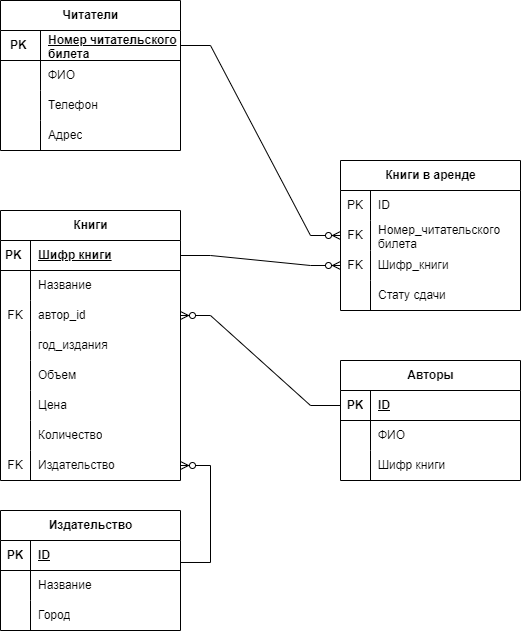
The draw.io diagram Диаграмма библиотеки.drawio.png in OlegVDE/2.1_Library, before a commit. Source tidied: cells renumbered, new cells last; positions are measured from the earlier drawing's top-left corner, leaving out a move shared by most shapes.
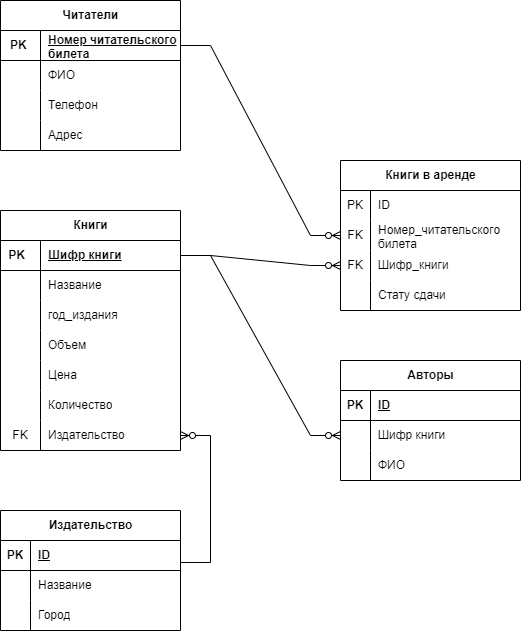
Later version of the same file.

The edit, as a diff of the source:
```diff
@@ -42,79 +42,70 @@
       <mxGeometry x="40" width="140" height="30" as="geometry" />
     </mxCell>
     <mxCell id="15" value="Книги" style="shape=table;startSize=30;rowLines=0;fontStyle=1;align=center;html=1;" parent="1" vertex="1">
-      <mxGeometry y="210" width="180" height="270" as="geometry" />
+      <mxGeometry y="210" width="180" height="240" as="geometry" />
     </mxCell>
     <mxCell id="16" style="shape=tableRow;horizontal=0;startSize=0;swimlaneHead=0;swimlaneBody=0;fillColor=none;points=[[0,0.5],[1,0.5]];portConstraint=eastwest;top=0;left=0;right=0;bottom=1;" parent="15" vertex="1">
       <mxGeometry y="30" width="180" height="30" as="geometry" />
     </mxCell>
-    <mxCell id="17" value="PK&amp;nbsp;" style="shape=partialRectangle;fillColor=none;top=0;left=0;bottom=0;right=0;fontStyle=1;overflow=hidden;whiteSpace=wrap;html=1;" parent="16" vertex="1">
-      <mxGeometry width="30" height="30" as="geometry" />
+    <mxCell id="17" value="PK&amp;nbsp;&amp;nbsp;" style="shape=partialRectangle;fillColor=none;top=0;left=0;bottom=0;right=0;fontStyle=1;overflow=hidden;whiteSpace=wrap;html=1;" parent="16" vertex="1">
+      <mxGeometry width="40" height="30" as="geometry" />
     </mxCell>
     <mxCell id="18" value="Шифр книги" style="shape=partialRectangle;fillColor=none;top=0;left=0;bottom=0;right=0;align=left;spacingLeft=6;fontStyle=5;overflow=hidden;whiteSpace=wrap;html=1;" parent="16" vertex="1">
-      <mxGeometry x="30" width="150" height="30" as="geometry" />
+      <mxGeometry x="40" width="140" height="30" as="geometry" />
     </mxCell>
     <mxCell id="19" style="shape=tableRow;horizontal=0;startSize=0;swimlaneHead=0;swimlaneBody=0;fillColor=none;top=0;left=0;right=0;bottom=0;" parent="15" vertex="1">
       <mxGeometry y="60" width="180" height="30" as="geometry" />
     </mxCell>
     <mxCell id="20" style="shape=partialRectangle;fillColor=none;top=0;left=0;bottom=0;right=0;overflow=hidden;whiteSpace=wrap;html=1;" parent="19" vertex="1">
-      <mxGeometry width="30" height="30" as="geometry" />
+      <mxGeometry width="40" height="30" as="geometry" />
     </mxCell>
     <mxCell id="21" value="Название" style="shape=partialRectangle;fillColor=none;top=0;left=0;bottom=0;right=0;align=left;spacingLeft=6;overflow=hidden;whiteSpace=wrap;html=1;" parent="19" vertex="1">
-      <mxGeometry x="30" width="150" height="30" as="geometry" />
+      <mxGeometry x="40" width="140" height="30" as="geometry" />
     </mxCell>
-    <mxCell id="22" style="shape=tableRow;horizontal=0;startSize=0;swimlaneHead=0;swimlaneBody=0;fillColor=none;points=[[0,0.5],[1,0.5]];portConstraint=eastwest;top=0;left=0;right=0;bottom=0;" parent="15" vertex="1">
-      <mxGeometry y="90" width="180" height="30" as="geometry" />
-    </mxCell>
-    <mxCell id="23" value="FK" style="shape=partialRectangle;fillColor=none;top=0;left=0;bottom=0;right=0;overflow=hidden;whiteSpace=wrap;html=1;" parent="22" vertex="1">
-      <mxGeometry width="30" height="30" as="geometry" />
-    </mxCell>
-    <mxCell id="24" value="автор_id" style="shape=partialRectangle;fillColor=none;top=0;left=0;bottom=0;right=0;align=left;spacingLeft=6;overflow=hidden;whiteSpace=wrap;html=1;" parent="22" vertex="1">
-      <mxGeometry x="30" width="150" height="30" as="geometry" />
-    </mxCell>
     <mxCell id="25" style="shape=tableRow;horizontal=0;startSize=0;swimlaneHead=0;swimlaneBody=0;fillColor=none;top=0;left=0;right=0;bottom=0;" parent="15" vertex="1">
-      <mxGeometry y="120" width="180" height="30" as="geometry" />
+      <mxGeometry y="90" width="180" height="30" as="geometry" />
     </mxCell>
     <mxCell id="26" style="shape=partialRectangle;fillColor=none;top=0;left=0;bottom=0;right=0;overflow=hidden;whiteSpace=wrap;html=1;" parent="25" vertex="1">
-      <mxGeometry width="30" height="30" as="geometry" />
+      <mxGeometry width="40" height="30" as="geometry" />
     </mxCell>
     <mxCell id="27" value="год_издания" style="shape=partialRectangle;fillColor=none;top=0;left=0;bottom=0;right=0;align=left;spacingLeft=6;overflow=hidden;whiteSpace=wrap;html=1;" parent="25" vertex="1">
-      <mxGeometry x="30" width="150" height="30" as="geometry" />
+      <mxGeometry x="40" width="140" height="30" as="geometry" />
     </mxCell>
     <mxCell id="28" style="shape=tableRow;horizontal=0;startSize=0;swimlaneHead=0;swimlaneBody=0;fillColor=none;top=0;left=0;right=0;bottom=0;" parent="15" vertex="1">
-      <mxGeometry y="150" width="180" height="30" as="geometry" />
+      <mxGeometry y="120" width="180" height="30" as="geometry" />
     </mxCell>
     <mxCell id="29" style="shape=partialRectangle;fillColor=none;top=0;left=0;bottom=0;right=0;overflow=hidden;whiteSpace=wrap;html=1;" parent="28" vertex="1">
-      <mxGeometry width="30" height="30" as="geometry" />
+      <mxGeometry width="40" height="30" as="geometry" />
     </mxCell>
     <mxCell id="30" value="Объем" style="shape=partialRectangle;fillColor=none;top=0;left=0;bottom=0;right=0;align=left;spacingLeft=6;overflow=hidden;whiteSpace=wrap;html=1;" parent="28" vertex="1">
-      <mxGeometry x="30" width="150" height="30" as="geometry" />
+      <mxGeometry x="40" width="140" height="30" as="geometry" />
     </mxCell>
     <mxCell id="31" style="shape=tableRow;horizontal=0;startSize=0;swimlaneHead=0;swimlaneBody=0;fillColor=none;top=0;left=0;right=0;bottom=0;" parent="15" vertex="1">
-      <mxGeometry y="180" width="180" height="30" as="geometry" />
+      <mxGeometry y="150" width="180" height="30" as="geometry" />
     </mxCell>
     <mxCell id="32" style="shape=partialRectangle;fillColor=none;top=0;left=0;bottom=0;right=0;overflow=hidden;whiteSpace=wrap;html=1;" parent="31" vertex="1">
-      <mxGeometry width="30" height="30" as="geometry" />
+      <mxGeometry width="40" height="30" as="geometry" />
     </mxCell>
     <mxCell id="33" value="Цена" style="shape=partialRectangle;fillColor=none;top=0;left=0;bottom=0;right=0;align=left;spacingLeft=6;overflow=hidden;whiteSpace=wrap;html=1;" parent="31" vertex="1">
-      <mxGeometry x="30" width="150" height="30" as="geometry" />
+      <mxGeometry x="40" width="140" height="30" as="geometry" />
     </mxCell>
     <mxCell id="34" style="shape=tableRow;horizontal=0;startSize=0;swimlaneHead=0;swimlaneBody=0;fillColor=none;top=0;left=0;right=0;bottom=0;" parent="15" vertex="1">
-      <mxGeometry y="210" width="180" height="30" as="geometry" />
+      <mxGeometry y="180" width="180" height="30" as="geometry" />
     </mxCell>
     <mxCell id="35" style="shape=partialRectangle;fillColor=none;top=0;left=0;bottom=0;right=0;overflow=hidden;whiteSpace=wrap;html=1;" parent="34" vertex="1">
-      <mxGeometry width="30" height="30" as="geometry" />
+      <mxGeometry width="40" height="30" as="geometry" />
     </mxCell>
     <mxCell id="36" value="Количество" style="shape=partialRectangle;fillColor=none;top=0;left=0;bottom=0;right=0;align=left;spacingLeft=6;overflow=hidden;whiteSpace=wrap;html=1;" parent="34" vertex="1">
-      <mxGeometry x="30" width="150" height="30" as="geometry" />
+      <mxGeometry x="40" width="140" height="30" as="geometry" />
     </mxCell>
     <mxCell id="37" style="shape=tableRow;horizontal=0;startSize=0;swimlaneHead=0;swimlaneBody=0;fillColor=none;points=[[0,0.5],[1,0.5]];portConstraint=eastwest;top=0;left=0;right=0;bottom=0;" parent="15" vertex="1">
-      <mxGeometry y="240" width="180" height="30" as="geometry" />
+      <mxGeometry y="210" width="180" height="30" as="geometry" />
     </mxCell>
     <mxCell id="38" value="FK" style="shape=partialRectangle;fillColor=none;top=0;left=0;bottom=0;right=0;overflow=hidden;whiteSpace=wrap;html=1;" parent="37" vertex="1">
-      <mxGeometry width="30" height="30" as="geometry" />
+      <mxGeometry width="40" height="30" as="geometry" />
     </mxCell>
     <mxCell id="39" value="Издательство" style="shape=partialRectangle;fillColor=none;top=0;left=0;bottom=0;right=0;align=left;spacingLeft=6;overflow=hidden;whiteSpace=wrap;html=1;" parent="37" vertex="1">
-      <mxGeometry x="30" width="150" height="30" as="geometry" />
+      <mxGeometry x="40" width="140" height="30" as="geometry" />
     </mxCell>
     <mxCell id="40" value="Издательство" style="shape=table;startSize=30;rowLines=0;fontStyle=1;align=center;html=1;" parent="1" vertex="1">
       <mxGeometry y="510" width="180" height="120" as="geometry" />
@@ -212,19 +203,19 @@
     <mxCell id="71" style="shape=partialRectangle;fillColor=none;top=0;left=0;bottom=0;right=0;overflow=hidden;whiteSpace=wrap;html=1;" parent="70" vertex="1">
       <mxGeometry width="30" height="30" as="geometry" />
     </mxCell>
-    <mxCell id="72" value="ФИО" style="shape=partialRectangle;fillColor=none;top=0;left=0;bottom=0;right=0;align=left;spacingLeft=6;overflow=hidden;whiteSpace=wrap;html=1;" parent="70" vertex="1">
+    <mxCell id="72" value="Шифр книги" style="shape=partialRectangle;fillColor=none;top=0;left=0;bottom=0;right=0;align=left;spacingLeft=6;overflow=hidden;whiteSpace=wrap;html=1;" parent="70" vertex="1">
       <mxGeometry x="30" width="150" height="30" as="geometry" />
     </mxCell>
-    <mxCell id="73" style="shape=tableRow;horizontal=0;startSize=0;swimlaneHead=0;swimlaneBody=0;fillColor=none;top=0;left=0;right=0;bottom=0;" parent="66" vertex="1">
-      <mxGeometry y="90" width="180" height="30" as="geometry" />
-    </mxCell>
+    <mxCell id="77" style="shape=tableRow;horizontal=0;startSize=0;swimlaneHead=0;swimlaneBody=0;fillColor=none;top=0;left=0;right=0;bottom=0;" parent="66" vertex="1">
+      <mxGeometry y="90" width="180" height="30" as="geometry" />
+    </mxCell>
-    <mxCell id="74" style="shape=partialRectangle;fillColor=none;top=0;left=0;bottom=0;right=0;overflow=hidden;whiteSpace=wrap;html=1;" parent="73" vertex="1">
+    <mxCell id="74" style="shape=partialRectangle;fillColor=none;top=0;left=0;bottom=0;right=0;overflow=hidden;whiteSpace=wrap;html=1;" parent="77" vertex="1">
       <mxGeometry width="30" height="30" as="geometry" />
     </mxCell>
-    <mxCell id="75" value="Шифр книги" style="shape=partialRectangle;fillColor=none;top=0;left=0;bottom=0;right=0;align=left;spacingLeft=6;overflow=hidden;whiteSpace=wrap;html=1;" parent="73" vertex="1">
-      <mxGeometry x="30" width="150" height="30" as="geometry" />
-    </mxCell>
+    <mxCell id="78" value="ФИО" style="shape=partialRectangle;fillColor=none;top=0;left=0;bottom=0;right=0;align=left;spacingLeft=6;overflow=hidden;whiteSpace=wrap;html=1;" parent="77" vertex="1">
+      <mxGeometry x="30" width="150" height="30" as="geometry" />
+    </mxCell>
-    <mxCell id="76" style="edgeStyle=entityRelationEdgeStyle;fontSize=12;html=1;endArrow=ERzeroToMany;endFill=1;rounded=0;entryX=1;entryY=0.5;entryDx=0;entryDy=0;" parent="1" edge="1" source="67" target="22">
+    <mxCell id="76" style="edgeStyle=entityRelationEdgeStyle;fontSize=12;html=1;endArrow=ERzeroToMany;endFill=1;rounded=0;" parent="1" edge="1" source="16" target="70">
       <mxGeometry relative="1" as="geometry" />
     </mxCell>
   </root>
```
